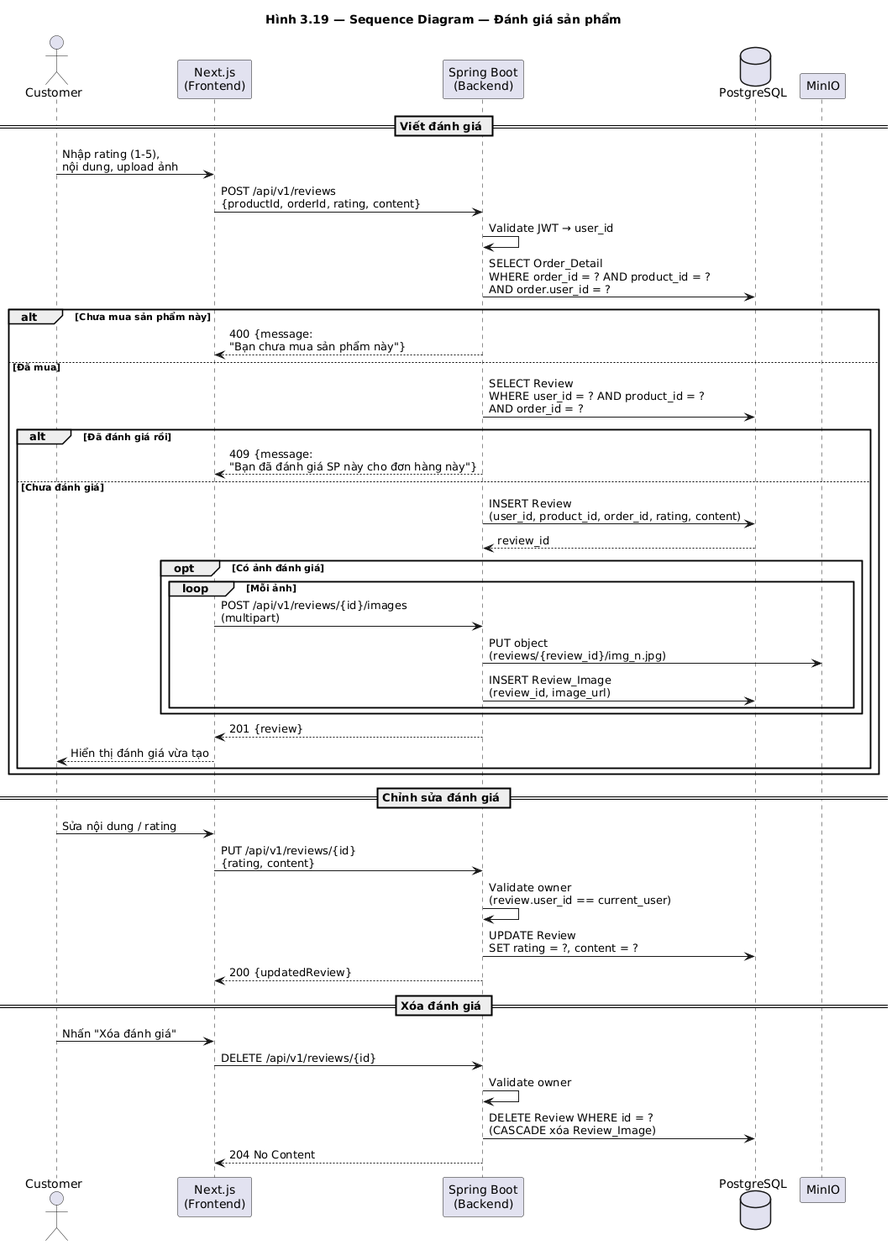
Above: docs/diagrams/images/seq_review.png in huuhieu56/PC-Parts-ECommerce (PlantUML), before the change. Its diagram source:
```plantuml
@startuml seq_review
title Hình 3.19 — Sequence Diagram — Đánh giá sản phẩm

actor Customer
participant "Next.js\n(Frontend)" as FE
participant "Spring Boot\n(Backend)" as BE
database "PostgreSQL" as DB
participant "MinIO" as Storage

== Viết đánh giá ==
Customer -> FE : Nhập rating (1-5),\nnội dung, upload ảnh
FE -> BE : POST /api/v1/reviews\n{productId, orderId, rating, content}
BE -> BE : Validate JWT → user_id

BE -> DB : SELECT Order_Detail\nWHERE order_id = ? AND product_id = ?\nAND order.user_id = ?
alt Chưa mua sản phẩm này
    BE --> FE : 400 {message:\n"Bạn chưa mua sản phẩm này"}
else Đã mua
    BE -> DB : SELECT Review\nWHERE user_id = ? AND product_id = ?\nAND order_id = ?
    alt Đã đánh giá rồi
        BE --> FE : 409 {message:\n"Bạn đã đánh giá SP này cho đơn hàng này"}
    else Chưa đánh giá
        BE -> DB : INSERT Review\n(user_id, product_id, order_id, rating, content)
        DB --> BE : review_id

        opt Có ảnh đánh giá
            loop Mỗi ảnh
                FE -> BE : POST /api/v1/reviews/{id}/images\n(multipart)
                BE -> Storage : PUT object\n(reviews/{review_id}/img_n.jpg)
                BE -> DB : INSERT Review_Image\n(review_id, image_url)
            end
        end

        BE --> FE : 201 {review}
        FE --> Customer : Hiển thị đánh giá vừa tạo
    end
end

== Chỉnh sửa đánh giá ==
Customer -> FE : Sửa nội dung / rating
FE -> BE : PUT /api/v1/reviews/{id}\n{rating, content}
BE -> BE : Validate owner\n(review.user_id == current_user)
BE -> DB : UPDATE Review\nSET rating = ?, content = ?
BE --> FE : 200 {updatedReview}

== Xóa đánh giá ==
Customer -> FE : Nhấn "Xóa đánh giá"
FE -> BE : DELETE /api/v1/reviews/{id}
BE -> BE : Validate owner
BE -> DB : DELETE Review WHERE id = ?\n(CASCADE xóa Review_Image)
BE --> FE : 204 No Content

@enduml
```
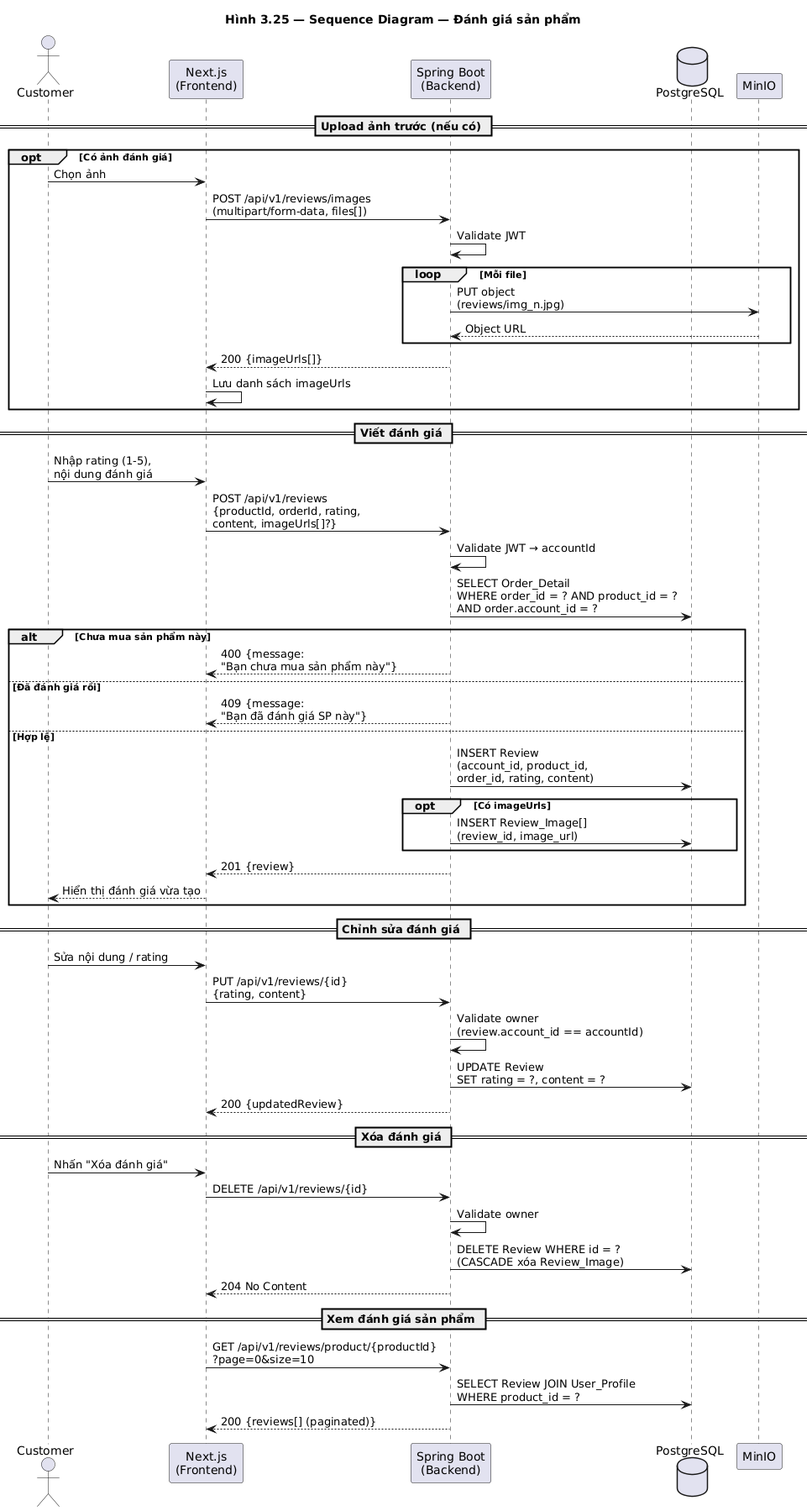
Later version of the same file.

Diff of the diagram source:
```diff
@@ -1,5 +1,5 @@
 @startuml seq_review
-title Hình 3.19 — Sequence Diagram — Đánh giá sản phẩm
+title Hình 3.25 — Sequence Diagram — Đánh giá sản phẩm
 
 actor Customer
 participant "Next.js\n(Frontend)" as FE
@@ -7,39 +7,42 @@
 database "PostgreSQL" as DB
 participant "MinIO" as Storage
 
+== Upload ảnh trước (nếu có) ==
+opt Có ảnh đánh giá
+    Customer -> FE : Chọn ảnh
+    FE -> BE : POST /api/v1/reviews/images\n(multipart/form-data, files[])
+    BE -> BE : Validate JWT
+    loop Mỗi file
+        BE -> Storage : PUT object\n(reviews/img_n.jpg)
+        Storage --> BE : Object URL
+    end
+    BE --> FE : 200 {imageUrls[]}
+    FE -> FE : Lưu danh sách imageUrls
+end
+
 == Viết đánh giá ==
-Customer -> FE : Nhập rating (1-5),\nnội dung, upload ảnh
-FE -> BE : POST /api/v1/reviews\n{productId, orderId, rating, content}
-BE -> BE : Validate JWT → user_id
+Customer -> FE : Nhập rating (1-5),\nnội dung đánh giá
+FE -> BE : POST /api/v1/reviews\n{productId, orderId, rating,\ncontent, imageUrls[]?}
+BE -> BE : Validate JWT → accountId
 
-BE -> DB : SELECT Order_Detail\nWHERE order_id = ? AND product_id = ?\nAND order.user_id = ?
+BE -> DB : SELECT Order_Detail\nWHERE order_id = ? AND product_id = ?\nAND order.account_id = ?
 alt Chưa mua sản phẩm này
     BE --> FE : 400 {message:\n"Bạn chưa mua sản phẩm này"}
-else Đã mua
-    BE -> DB : SELECT Review\nWHERE user_id = ? AND product_id = ?\nAND order_id = ?
-    alt Đã đánh giá rồi
-        BE --> FE : 409 {message:\n"Bạn đã đánh giá SP này cho đơn hàng này"}
-    else Chưa đánh giá
-        BE -> DB : INSERT Review\n(user_id, product_id, order_id, rating, content)
-        DB --> BE : review_id
-
-        opt Có ảnh đánh giá
-            loop Mỗi ảnh
-                FE -> BE : POST /api/v1/reviews/{id}/images\n(multipart)
-                BE -> Storage : PUT object\n(reviews/{review_id}/img_n.jpg)
-                BE -> DB : INSERT Review_Image\n(review_id, image_url)
-            end
-        end
-
-        BE --> FE : 201 {review}
-        FE --> Customer : Hiển thị đánh giá vừa tạo
+else Đã đánh giá rồi
+    BE --> FE : 409 {message:\n"Bạn đã đánh giá SP này"}
+else Hợp lệ
+    BE -> DB : INSERT Review\n(account_id, product_id,\norder_id, rating, content)
+    opt Có imageUrls
+        BE -> DB : INSERT Review_Image[]\n(review_id, image_url)
     end
+    BE --> FE : 201 {review}
+    FE --> Customer : Hiển thị đánh giá vừa tạo
 end
 
 == Chỉnh sửa đánh giá ==
 Customer -> FE : Sửa nội dung / rating
 FE -> BE : PUT /api/v1/reviews/{id}\n{rating, content}
-BE -> BE : Validate owner\n(review.user_id == current_user)
+BE -> BE : Validate owner\n(review.account_id == accountId)
 BE -> DB : UPDATE Review\nSET rating = ?, content = ?
 BE --> FE : 200 {updatedReview}
 
@@ -50,4 +53,9 @@
 BE -> DB : DELETE Review WHERE id = ?\n(CASCADE xóa Review_Image)
 BE --> FE : 204 No Content
 
+== Xem đánh giá sản phẩm ==
+FE -> BE : GET /api/v1/reviews/product/{productId}\n?page=0&size=10
+BE -> DB : SELECT Review JOIN User_Profile\nWHERE product_id = ?
+BE --> FE : 200 {reviews[] (paginated)}
+
 @enduml
```
